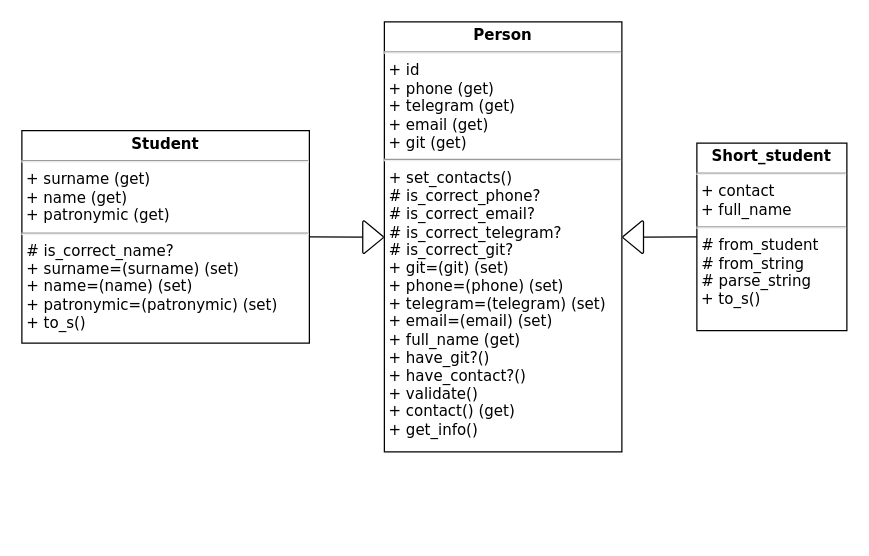
Before: Студенты/Диаграмма_классов.drawio in drpnmr/DesignPatterns, a draw.io diagram. Source tidied: cells renumbered, new cells numbered last; positions are measured from the earlier drawing's top-left corner, leaving out a move shared by most shapes. Both pictures are drawn from the tidied source at 125%, with x=0, y=0 at pixel (21, 21).
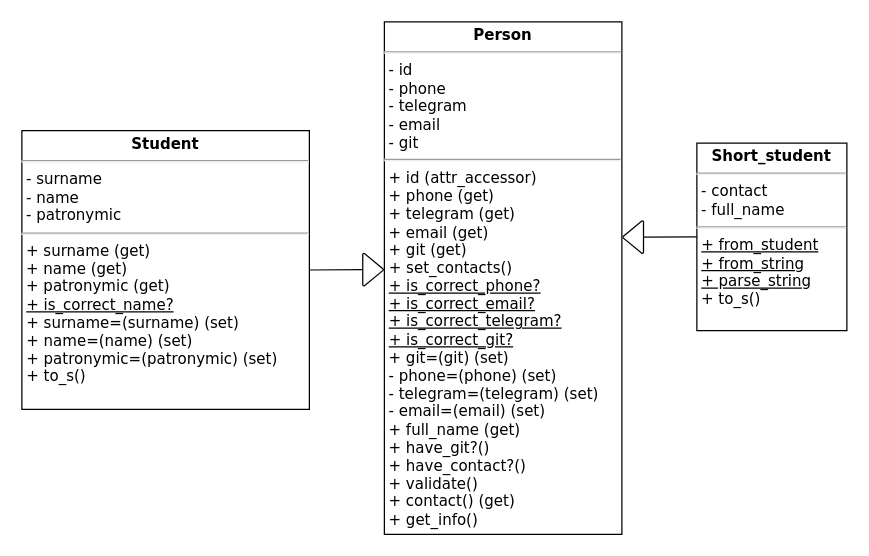
The same diagram, later.

Commit message:
ЛР2, задание 2.6.Исправила диаграмму классов

Change to the diagram source:
```diff
@@
 <mxGraphModel>
   <root>
     <mxCell id="0" />
     <mxCell id="1" parent="0" />
-    <mxCell id="2" value="&lt;p style=&quot;margin: 4px 0px 0px; text-align: center;&quot;&gt;&lt;b style=&quot;&quot;&gt;&lt;font style=&quot;font-size: 12px;&quot;&gt;Person&lt;/font&gt;&lt;/b&gt;&lt;/p&gt;&lt;hr style=&quot;&quot;&gt;&lt;div style=&quot;border-color: var(--border-color);&quot;&gt;&lt;font style=&quot;border-color: var(--border-color); font-size: 12px;&quot;&gt;&amp;nbsp;+ id&lt;/font&gt;&lt;/div&gt;&lt;div style=&quot;border-color: var(--border-color);&quot;&gt;&lt;font style=&quot;font-size: 12px;&quot;&gt;&amp;nbsp;+ phone (get)&lt;/font&gt;&lt;/div&gt;&lt;div style=&quot;border-color: var(--border-color);&quot;&gt;&lt;font style=&quot;font-size: 12px;&quot;&gt;&amp;nbsp;+ telegram (get)&lt;/font&gt;&lt;/div&gt;&lt;div style=&quot;border-color: var(--border-color);&quot;&gt;&lt;font style=&quot;font-size: 12px;&quot;&gt;&amp;nbsp;+ email (get)&lt;/font&gt;&lt;/div&gt;&lt;div style=&quot;border-color: var(--border-color);&quot;&gt;&lt;font style=&quot;font-size: 12px;&quot;&gt;&amp;nbsp;+ git (get)&lt;br&gt;&lt;/font&gt;&lt;/div&gt;&lt;hr style=&quot;&quot;&gt;&lt;p style=&quot;margin: 0px 0px 0px 4px;&quot;&gt;&lt;font style=&quot;font-size: 12px;&quot;&gt;+ set_contacts()&lt;/font&gt;&lt;/p&gt;&lt;p style=&quot;margin: 0px 0px 0px 4px;&quot;&gt;# is_correct_phone?&lt;/p&gt;&lt;p style=&quot;margin: 0px 0px 0px 4px;&quot;&gt;# is_correct_email?&lt;br&gt;&lt;/p&gt;&lt;p style=&quot;margin: 0px 0px 0px 4px;&quot;&gt;# is_correct_telegram?&lt;br&gt;&lt;/p&gt;&lt;p style=&quot;margin: 0px 0px 0px 4px;&quot;&gt;# is_correct_git?&lt;/p&gt;&lt;font style=&quot;font-size: 12px;&quot;&gt;&amp;nbsp;+ git=(git) (set)&lt;br&gt;&amp;nbsp;+ phone=(phone) (set)&lt;br&gt;&amp;nbsp;+ telegram=(telegram) (set)&lt;br&gt;&amp;nbsp;+&amp;nbsp;email=(email) (set)&lt;br style=&quot;&quot;&gt;&lt;font color=&quot;#ff9e0d&quot;&gt;&amp;nbsp;&lt;/font&gt;+ full_name (get)&lt;/font&gt;&lt;div&gt;&lt;font style=&quot;font-size: 12px;&quot;&gt;&amp;nbsp;+&amp;nbsp;have_git?()&lt;/font&gt;&lt;/div&gt;&lt;div&gt;&lt;font style=&quot;font-size: 12px;&quot;&gt;&amp;nbsp;+&amp;nbsp;have_contact?()&lt;br style=&quot;&quot;&gt;&amp;nbsp;+&amp;nbsp;validate()&lt;br style=&quot;&quot;&gt;&amp;nbsp;+ contact() (get)&lt;br style=&quot;&quot;&gt;&lt;span class=&quot;Apple-converted-space&quot; style=&quot;background-color: initial;&quot;&gt;&amp;nbsp;+ get_info()&lt;span style=&quot;background-color: initial;&quot;&gt;&lt;br&gt;&lt;/span&gt;&lt;/span&gt;&lt;br&gt;&lt;br&gt;&lt;span class=&quot;Apple-converted-space&quot; style=&quot;background-color: initial;&quot;&gt;&amp;nbsp;&lt;/span&gt;&lt;/font&gt;&lt;/div&gt;" style="verticalAlign=top;align=left;overflow=fill;fontSize=12;fontFamily=Verdana;html=1;whiteSpace=wrap;spacingLeft=1;spacing=0;spacingTop=0;" parent="1" vertex="1">
-      <mxGeometry x="290" width="190" height="344" as="geometry" />
+    <mxCell id="2" value="&lt;p style=&quot;margin: 4px 0px 0px; text-align: center;&quot;&gt;&lt;b style=&quot;&quot;&gt;&lt;font style=&quot;font-size: 12px;&quot;&gt;Person&lt;/font&gt;&lt;/b&gt;&lt;/p&gt;&lt;hr style=&quot;&quot;&gt;&lt;div style=&quot;border-color: var(--border-color);&quot;&gt;&lt;font style=&quot;border-color: var(--border-color); font-size: 12px;&quot;&gt;&amp;nbsp;- id&lt;/font&gt;&lt;/div&gt;&lt;div style=&quot;border-color: var(--border-color);&quot;&gt;&lt;font style=&quot;font-size: 12px;&quot;&gt;&amp;nbsp;- phone&lt;/font&gt;&lt;/div&gt;&lt;div style=&quot;border-color: var(--border-color);&quot;&gt;&lt;font style=&quot;font-size: 12px;&quot;&gt;&amp;nbsp;- telegram&amp;nbsp;&lt;/font&gt;&lt;/div&gt;&lt;div style=&quot;border-color: var(--border-color);&quot;&gt;&lt;font style=&quot;font-size: 12px;&quot;&gt;&amp;nbsp;- email&lt;/font&gt;&lt;/div&gt;&lt;div style=&quot;border-color: var(--border-color);&quot;&gt;&lt;font style=&quot;font-size: 12px;&quot;&gt;&amp;nbsp;- git&lt;br&gt;&lt;/font&gt;&lt;/div&gt;&lt;hr style=&quot;&quot;&gt;&lt;div style=&quot;border-color: var(--border-color);&quot;&gt;&lt;font style=&quot;border-color: var(--border-color);&quot;&gt;&amp;nbsp;+ id (attr_accessor)&lt;/font&gt;&lt;/div&gt;&lt;div style=&quot;border-color: var(--border-color);&quot;&gt;&amp;nbsp;+ phone (get)&lt;/div&gt;&lt;div style=&quot;border-color: var(--border-color);&quot;&gt;&amp;nbsp;+ telegram (get)&lt;/div&gt;&lt;div style=&quot;border-color: var(--border-color);&quot;&gt;&amp;nbsp;+ email (get)&lt;/div&gt;&lt;p style=&quot;margin: 0px 0px 0px 4px;&quot;&gt;&lt;/p&gt;&lt;div style=&quot;border-color: var(--border-color);&quot;&gt;&amp;nbsp;+ git (get)&lt;/div&gt;&lt;p style=&quot;margin: 0px 0px 0px 4px;&quot;&gt;&lt;font style=&quot;font-size: 12px;&quot;&gt;+ set_contacts()&lt;/font&gt;&lt;/p&gt;&lt;p style=&quot;margin: 0px 0px 0px 4px;&quot;&gt;&lt;u&gt;+ is_correct_phone?&lt;/u&gt;&lt;/p&gt;&lt;p style=&quot;margin: 0px 0px 0px 4px;&quot;&gt;&lt;u&gt;+ is_correct_email?&lt;br&gt;&lt;/u&gt;&lt;/p&gt;&lt;p style=&quot;margin: 0px 0px 0px 4px;&quot;&gt;&lt;u&gt;+ is_correct_telegram?&lt;br&gt;&lt;/u&gt;&lt;/p&gt;&lt;p style=&quot;margin: 0px 0px 0px 4px;&quot;&gt;&lt;u&gt;+ is_correct_git?&lt;/u&gt;&lt;/p&gt;&lt;font style=&quot;font-size: 12px;&quot;&gt;&amp;nbsp;+ git=(git) (set)&lt;br&gt;&amp;nbsp;- phone=(phone) (set)&lt;br&gt;&amp;nbsp;- telegram=(telegram) (set)&lt;br&gt;&amp;nbsp;- email=(email) (set)&lt;br style=&quot;&quot;&gt;&lt;font color=&quot;#ff9e0d&quot;&gt;&amp;nbsp;&lt;/font&gt;+ full_name (get)&lt;/font&gt;&lt;div&gt;&lt;font style=&quot;font-size: 12px;&quot;&gt;&amp;nbsp;+&amp;nbsp;have_git?()&lt;/font&gt;&lt;/div&gt;&lt;div&gt;&lt;font style=&quot;font-size: 12px;&quot;&gt;&amp;nbsp;+&amp;nbsp;have_contact?()&lt;br style=&quot;&quot;&gt;&amp;nbsp;+&amp;nbsp;validate()&lt;br style=&quot;&quot;&gt;&amp;nbsp;+ contact() (get)&lt;br style=&quot;&quot;&gt;&lt;span class=&quot;Apple-converted-space&quot; style=&quot;background-color: initial;&quot;&gt;&amp;nbsp;+ get_info()&lt;span style=&quot;background-color: initial;&quot;&gt;&lt;br&gt;&lt;/span&gt;&lt;/span&gt;&lt;br&gt;&lt;br&gt;&lt;span class=&quot;Apple-converted-space&quot; style=&quot;background-color: initial;&quot;&gt;&amp;nbsp;&lt;/span&gt;&lt;/font&gt;&lt;/div&gt;" style="verticalAlign=top;align=left;overflow=fill;fontSize=12;fontFamily=Verdana;html=1;whiteSpace=wrap;spacingLeft=1;spacing=0;spacingTop=0;" parent="1" vertex="1">
+      <mxGeometry x="290" width="190" height="410" as="geometry" />
     </mxCell>
-    <mxCell id="3" value="&lt;p style=&quot;margin: 4px 0px 0px; text-align: center; font-size: 12px;&quot;&gt;&lt;b style=&quot;font-size: 12px;&quot;&gt;&lt;font style=&quot;font-size: 12px;&quot;&gt;Student&lt;/font&gt;&lt;/b&gt;&lt;/p&gt;&lt;hr style=&quot;font-size: 12px;&quot;&gt;&lt;div style=&quot;border-color: var(--border-color); font-size: 12px;&quot;&gt;&lt;font style=&quot;border-color: var(--border-color); font-size: 12px;&quot;&gt;&amp;nbsp;+ surname (get)&lt;br style=&quot;font-size: 12px;&quot;&gt;&lt;/font&gt;&lt;/div&gt;&lt;div style=&quot;border-color: var(--border-color); font-size: 12px;&quot;&gt;&lt;font style=&quot;border-color: var(--border-color); font-size: 12px;&quot;&gt;&amp;nbsp;+ name (get)&lt;/font&gt;&lt;/div&gt;&lt;div style=&quot;border-color: var(--border-color); font-size: 12px;&quot;&gt;&lt;font style=&quot;border-color: var(--border-color); font-size: 12px;&quot;&gt;&amp;nbsp;+ patronymic (get)&lt;/font&gt;&lt;/div&gt;&lt;hr style=&quot;font-size: 12px;&quot;&gt;&lt;p style=&quot;margin: 0px 0px 0px 4px; font-size: 12px;&quot;&gt;&lt;font style=&quot;background-color: initial;&quot;&gt;&lt;span style=&quot;background-color: initial;&quot;&gt;# is_correct_name?&lt;/span&gt;&lt;/font&gt;&lt;/p&gt;&lt;p style=&quot;margin: 0px 0px 0px 4px; font-size: 12px;&quot;&gt;&lt;font style=&quot;background-color: initial;&quot;&gt;+ surname=(surname) (set)&lt;span style=&quot;background-color: initial;&quot;&gt;&lt;br&gt;&lt;/span&gt;&lt;/font&gt;&lt;/p&gt;&lt;p style=&quot;margin: 0px 0px 0px 4px; font-size: 12px;&quot;&gt;&lt;font style=&quot;background-color: initial;&quot;&gt;+ name=(name)&amp;nbsp;&lt;span style=&quot;background-color: initial;&quot;&gt;(set)&lt;/span&gt;&lt;br&gt;&lt;/font&gt;&lt;/p&gt;&lt;p style=&quot;margin: 0px 0px 0px 4px; font-size: 12px;&quot;&gt;&lt;font style=&quot;background-color: initial;&quot;&gt;+ patronymic=(patronymic)&amp;nbsp;&lt;span style=&quot;background-color: initial;&quot;&gt;(set)&lt;/span&gt;&lt;br&gt;&lt;/font&gt;&lt;/p&gt;&lt;p style=&quot;margin: 0px 0px 0px 4px; font-size: 12px;&quot;&gt;&lt;font style=&quot;background-color: initial;&quot;&gt;+ t&lt;/font&gt;&lt;span style=&quot;background-color: initial;&quot;&gt;o_s()&lt;/span&gt;&lt;br&gt;&lt;/p&gt;&lt;font style=&quot;font-size: 12px;&quot;&gt;&lt;br style=&quot;font-size: 12px;&quot;&gt;&lt;span class=&quot;Apple-converted-space&quot; style=&quot;background-color: initial; font-size: 12px;&quot;&gt;&amp;nbsp;&lt;/span&gt;&lt;/font&gt;" style="verticalAlign=top;align=left;overflow=fill;fontSize=12;fontFamily=Verdana;html=1;whiteSpace=wrap;spacingLeft=1;spacing=0;spacingTop=0;" parent="1" vertex="1">
-      <mxGeometry y="87" width="230" height="170" as="geometry" />
+    <mxCell id="3" value="&lt;p style=&quot;margin: 4px 0px 0px; text-align: center; font-size: 12px;&quot;&gt;&lt;b style=&quot;font-size: 12px;&quot;&gt;&lt;font style=&quot;font-size: 12px;&quot;&gt;Student&lt;/font&gt;&lt;/b&gt;&lt;/p&gt;&lt;hr style=&quot;font-size: 12px;&quot;&gt;&lt;div style=&quot;border-color: var(--border-color); font-size: 12px;&quot;&gt;&lt;font style=&quot;border-color: var(--border-color); font-size: 12px;&quot;&gt;&amp;nbsp;- surname&lt;/font&gt;&lt;/div&gt;&lt;div style=&quot;border-color: var(--border-color); font-size: 12px;&quot;&gt;&lt;font style=&quot;border-color: var(--border-color); font-size: 12px;&quot;&gt;&amp;nbsp;- name&lt;/font&gt;&lt;/div&gt;&lt;div style=&quot;border-color: var(--border-color); font-size: 12px;&quot;&gt;&lt;font style=&quot;border-color: var(--border-color); font-size: 12px;&quot;&gt;&amp;nbsp;- patronymic&lt;/font&gt;&lt;/div&gt;&lt;hr style=&quot;font-size: 12px;&quot;&gt;&lt;div style=&quot;border-color: var(--border-color);&quot;&gt;&lt;font style=&quot;border-color: var(--border-color);&quot;&gt;&amp;nbsp;+ surname (get)&lt;/font&gt;&lt;/div&gt;&lt;div style=&quot;border-color: var(--border-color);&quot;&gt;&lt;font style=&quot;border-color: var(--border-color);&quot;&gt;&amp;nbsp;+ name (get)&lt;/font&gt;&lt;/div&gt;&lt;p style=&quot;margin: 0px 0px 0px 4px;&quot;&gt;&lt;font style=&quot;background-color: initial;&quot;&gt;&lt;/font&gt;&lt;/p&gt;&lt;div style=&quot;border-color: var(--border-color);&quot;&gt;&lt;font style=&quot;border-color: var(--border-color);&quot;&gt;&amp;nbsp;+ patronymic (get)&lt;/font&gt;&lt;/div&gt;&lt;p style=&quot;margin: 0px 0px 0px 4px; font-size: 12px;&quot;&gt;&lt;font style=&quot;background-color: initial;&quot;&gt;&lt;span style=&quot;background-color: initial;&quot;&gt;&lt;u&gt;+ is_correct_name?&lt;/u&gt;&lt;/span&gt;&lt;/font&gt;&lt;/p&gt;&lt;p style=&quot;margin: 0px 0px 0px 4px; font-size: 12px;&quot;&gt;&lt;font style=&quot;background-color: initial;&quot;&gt;+ surname=(surname) (set)&lt;span style=&quot;background-color: initial;&quot;&gt;&lt;br&gt;&lt;/span&gt;&lt;/font&gt;&lt;/p&gt;&lt;p style=&quot;margin: 0px 0px 0px 4px; font-size: 12px;&quot;&gt;&lt;font style=&quot;background-color: initial;&quot;&gt;+ name=(name)&amp;nbsp;&lt;span style=&quot;background-color: initial;&quot;&gt;(set)&lt;/span&gt;&lt;br&gt;&lt;/font&gt;&lt;/p&gt;&lt;p style=&quot;margin: 0px 0px 0px 4px; font-size: 12px;&quot;&gt;&lt;font style=&quot;background-color: initial;&quot;&gt;+ patronymic=(patronymic)&amp;nbsp;&lt;span style=&quot;background-color: initial;&quot;&gt;(set)&lt;/span&gt;&lt;br&gt;&lt;/font&gt;&lt;/p&gt;&lt;p style=&quot;margin: 0px 0px 0px 4px; font-size: 12px;&quot;&gt;&lt;font style=&quot;background-color: initial;&quot;&gt;+ t&lt;/font&gt;&lt;span style=&quot;background-color: initial;&quot;&gt;o_s()&lt;/span&gt;&lt;br&gt;&lt;/p&gt;&lt;font style=&quot;font-size: 12px;&quot;&gt;&lt;br style=&quot;font-size: 12px;&quot;&gt;&lt;span class=&quot;Apple-converted-space&quot; style=&quot;background-color: initial; font-size: 12px;&quot;&gt;&amp;nbsp;&lt;/span&gt;&lt;/font&gt;" style="verticalAlign=top;align=left;overflow=fill;fontSize=12;fontFamily=Verdana;html=1;whiteSpace=wrap;spacingLeft=1;spacing=0;spacingTop=0;" parent="1" vertex="1">
+      <mxGeometry y="87" width="230" height="223" as="geometry" />
     </mxCell>
-    <mxCell id="4" value="&lt;p style=&quot;margin: 4px 0px 0px; text-align: center;&quot;&gt;&lt;b style=&quot;&quot;&gt;&lt;font style=&quot;font-size: 12px;&quot;&gt;Short_student&lt;/font&gt;&lt;/b&gt;&lt;/p&gt;&lt;hr style=&quot;&quot;&gt;&lt;div style=&quot;border-color: var(--border-color);&quot;&gt;&lt;font style=&quot;font-size: 12px;&quot;&gt;&lt;span style=&quot;background-color: initial;&quot;&gt;&lt;font style=&quot;&quot;&gt;&amp;nbsp;&lt;/font&gt;+&amp;nbsp;contact&lt;/span&gt;&lt;/font&gt;&lt;/div&gt;&lt;div style=&quot;border-color: var(--border-color);&quot;&gt;&amp;nbsp;+&amp;nbsp;full_name&lt;font style=&quot;font-size: 12px;&quot; color=&quot;#ff2119&quot;&gt;&lt;span style=&quot;background-color: initial;&quot;&gt;&lt;br&gt;&lt;/span&gt;&lt;/font&gt;&lt;/div&gt;&lt;hr style=&quot;&quot;&gt;&lt;p style=&quot;margin: 0px 0px 0px 4px;&quot;&gt;# from_student&lt;br&gt;&lt;/p&gt;&lt;p style=&quot;margin: 0px 0px 0px 4px;&quot;&gt;# from_string&lt;br&gt;&lt;/p&gt;&lt;p style=&quot;margin: 0px 0px 0px 4px;&quot;&gt;# parse_string&lt;/p&gt;&lt;div&gt;&lt;font style=&quot;font-size: 12px;&quot;&gt;&amp;nbsp;+&amp;nbsp;to_s()&lt;br&gt;&lt;br&gt;&lt;span class=&quot;Apple-converted-space&quot; style=&quot;background-color: initial;&quot;&gt;&amp;nbsp;&lt;/span&gt;&lt;/font&gt;&lt;/div&gt;" style="verticalAlign=top;align=left;overflow=fill;fontSize=12;fontFamily=Verdana;html=1;whiteSpace=wrap;spacingLeft=1;spacing=0;spacingTop=0;" parent="1" vertex="1">
+    <mxCell id="4" value="&lt;p style=&quot;margin: 4px 0px 0px; text-align: center;&quot;&gt;&lt;b style=&quot;&quot;&gt;&lt;font style=&quot;font-size: 12px;&quot;&gt;Short_student&lt;/font&gt;&lt;/b&gt;&lt;/p&gt;&lt;hr style=&quot;&quot;&gt;&lt;div style=&quot;border-color: var(--border-color);&quot;&gt;&lt;font style=&quot;font-size: 12px;&quot;&gt;&lt;span style=&quot;background-color: initial;&quot;&gt;&lt;font style=&quot;&quot;&gt;&amp;nbsp;-&lt;/font&gt;&amp;nbsp;contact&lt;/span&gt;&lt;/font&gt;&lt;/div&gt;&lt;div style=&quot;border-color: var(--border-color);&quot;&gt;&amp;nbsp;- full_name&lt;font style=&quot;font-size: 12px;&quot; color=&quot;#ff2119&quot;&gt;&lt;span style=&quot;background-color: initial;&quot;&gt;&lt;br&gt;&lt;/span&gt;&lt;/font&gt;&lt;/div&gt;&lt;hr style=&quot;&quot;&gt;&lt;p style=&quot;margin: 0px 0px 0px 4px;&quot;&gt;&lt;u&gt;+ from_student&lt;br&gt;&lt;/u&gt;&lt;/p&gt;&lt;p style=&quot;margin: 0px 0px 0px 4px;&quot;&gt;&lt;u&gt;+ from_string&lt;br&gt;&lt;/u&gt;&lt;/p&gt;&lt;p style=&quot;margin: 0px 0px 0px 4px;&quot;&gt;&lt;u&gt;+ parse_string&lt;/u&gt;&lt;/p&gt;&lt;div&gt;&lt;font style=&quot;font-size: 12px;&quot;&gt;&amp;nbsp;+&amp;nbsp;to_s()&lt;br&gt;&lt;br&gt;&lt;span class=&quot;Apple-converted-space&quot; style=&quot;background-color: initial;&quot;&gt;&amp;nbsp;&lt;/span&gt;&lt;/font&gt;&lt;/div&gt;" style="verticalAlign=top;align=left;overflow=fill;fontSize=12;fontFamily=Verdana;html=1;whiteSpace=wrap;spacingLeft=1;spacing=0;spacingTop=0;" parent="1" vertex="1">
       <mxGeometry x="540" y="97" width="120" height="150" as="geometry" />
     </mxCell>
     <mxCell id="5" style="strokeWidth=1;html=1;shape=mxgraph.flowchart.extract_or_measurement;whiteSpace=wrap;rotation=-90;" parent="1" vertex="1">
       <mxGeometry x="476" y="164" width="26.1" height="16.5" as="geometry" />
     </mxCell>
     <mxCell id="6" style="strokeWidth=1;html=1;shape=mxgraph.flowchart.extract_or_measurement;whiteSpace=wrap;rotation=-90;direction=west;" parent="1" vertex="1">
-      <mxGeometry x="267.9" y="164" width="26.1" height="16.5" as="geometry" />
+      <mxGeometry x="267.9" y="190" width="26.1" height="16.5" as="geometry" />
     </mxCell>
-    <mxCell id="7" style="endArrow=none;html=1;rounded=0;entryX=1;entryY=0.5;entryDx=0;entryDy=0;exitX=0.5;exitY=1;exitDx=0;exitDy=0;exitPerimeter=0;" parent="1" edge="1" source="6" target="3">
+    <mxCell id="7" style="endArrow=none;html=1;rounded=0;exitX=0.5;exitY=1;exitDx=0;exitDy=0;exitPerimeter=0;entryX=1;entryY=0.5;entryDx=0;entryDy=0;" parent="1" edge="1" source="6" target="3">
       <mxGeometry relative="1" as="geometry" />
     </mxCell>
     <mxCell id="8" style="endArrow=none;html=1;rounded=0;entryX=0.5;entryY=1;entryDx=0;entryDy=0;exitX=0;exitY=0.5;exitDx=0;exitDy=0;entryPerimeter=0;" parent="1" edge="1" source="4" target="5">
       <mxGeometry relative="1" as="geometry" />
     </mxCell>
   </root>
 </mxGraphModel>
```
